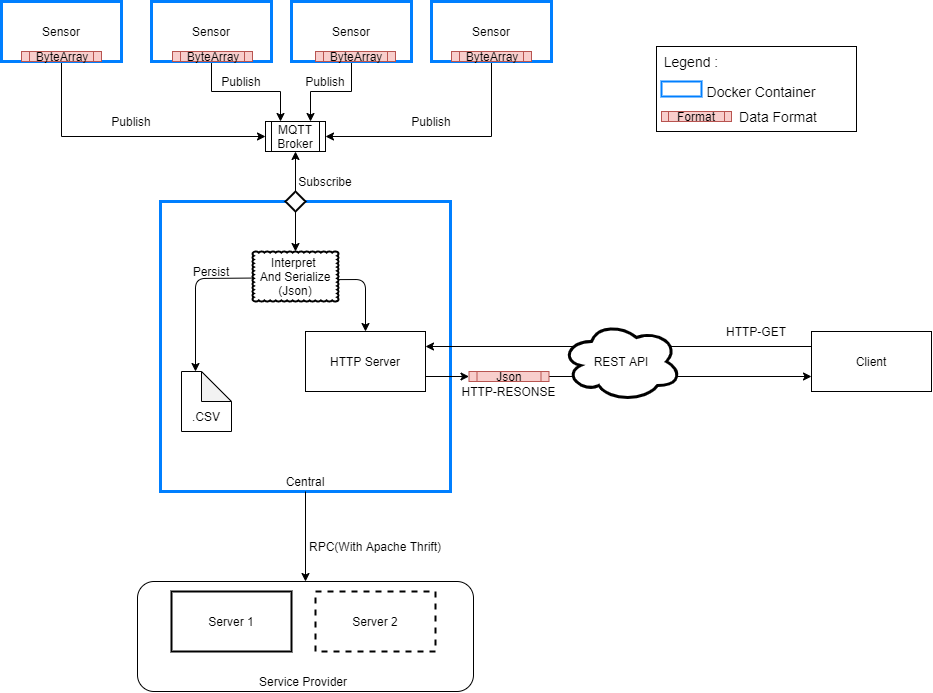
Ilyesbdlala/Distributed-Systems-Connected-Cars- keeps this draw.io diagram as VS_Praktikum_Design.png. Above is the earlier version. Source tidied: cells renumbered, new cells last; positions are measured from the earlier drawing's top-left corner, leaving out a move shared by most shapes.
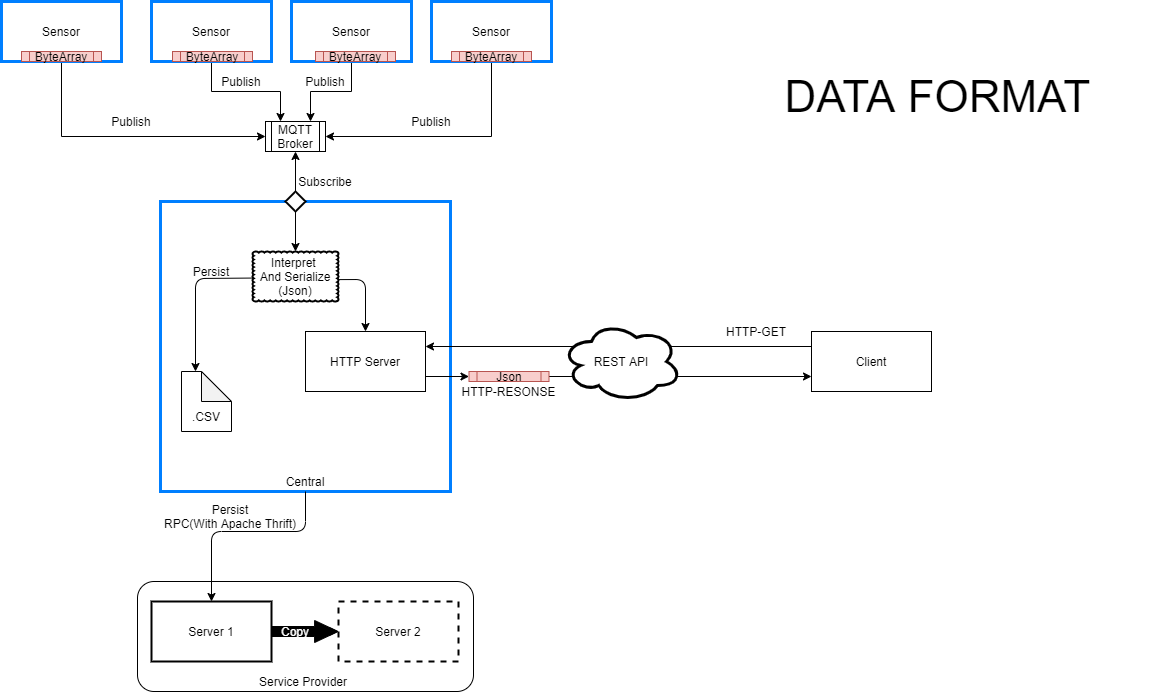
Later version of the same file.

Commit message:
Updated Design Diagram

Diff of the diagram source:
```diff
@@ -2,9 +2,6 @@
   <root>
     <mxCell id="0" />
     <mxCell id="1" parent="0" />
-    <mxCell id="2" style="rounded=0;whiteSpace=wrap;html=1;strokeWidth=1;" parent="1" vertex="1">
-      <mxGeometry x="655" y="45" width="200" height="85" as="geometry" />
-    </mxCell>
     <mxCell id="3" style="edgeStyle=orthogonalEdgeStyle;rounded=0;jettySize=auto;html=1;exitX=0.75;exitY=1;exitDx=0;exitDy=0;entryX=0;entryY=0.5;entryDx=0;entryDy=0;" parent="1" edge="1" source="4" target="14">
       <mxGeometry relative="1" as="geometry">
         <Array as="points">
@@ -70,13 +67,13 @@
       <mxGeometry x="212" y="670" width="180" height="20" as="geometry" />
     </mxCell>
     <mxCell id="21" value="Server 1" style="rounded=0;whiteSpace=wrap;html=1;strokeWidth=2;" parent="1" vertex="1">
-      <mxGeometry x="170" y="590" width="120" height="60" as="geometry" />
+      <mxGeometry x="150" y="600" width="120" height="60" as="geometry" />
     </mxCell>
     <mxCell id="22" value="Server 2" style="rounded=0;whiteSpace=wrap;html=1;dashed=1;strokeWidth=2;" parent="1" vertex="1">
-      <mxGeometry x="314" y="590" width="120" height="60" as="geometry" />
+      <mxGeometry x="337" y="600" width="120" height="60" as="geometry" />
     </mxCell>
-    <mxCell id="23" value="RPC(With Apache Thrift)" style="text;html=1;strokeColor=none;fillColor=none;align=center;verticalAlign=middle;whiteSpace=wrap;rounded=0;" parent="1" vertex="1">
-      <mxGeometry x="304" y="535" width="140" height="20" as="geometry" />
+    <mxCell id="23" value="Persist&lt;br&gt;RPC(With Apache Thrift)" style="text;html=1;strokeColor=none;fillColor=none;align=center;verticalAlign=middle;whiteSpace=wrap;rounded=0;" parent="1" vertex="1">
+      <mxGeometry x="159" y="480" width="140" height="70" as="geometry" />
     </mxCell>
     <mxCell id="24" value="Publish" style="text;html=1;strokeColor=none;fillColor=none;align=center;verticalAlign=middle;whiteSpace=wrap;rounded=0;" parent="1" vertex="1">
       <mxGeometry x="110" y="110" width="40" height="20" as="geometry" />
@@ -99,11 +96,19 @@
     <mxCell id="30" value="REST API" style="ellipse;shape=cloud;whiteSpace=wrap;html=1;strokeWidth=3;" parent="1" vertex="1">
       <mxGeometry x="560" y="320" width="120" height="80" as="geometry" />
     </mxCell>
+    <mxCell id="54" value="&lt;font style=&quot;font-size: 44px&quot;&gt;DATA FORMAT&amp;nbsp;&lt;/font&gt;" style="text;html=1;strokeColor=none;fillColor=none;align=center;verticalAlign=middle;whiteSpace=wrap;rounded=0;" parent="1" vertex="1">
+      <mxGeometry x="717" y="10" width="450" height="170" as="geometry" />
+    </mxCell>
     <mxCell id="31" style="edgeStyle=orthogonalEdgeStyle;rounded=0;orthogonalLoop=1;jettySize=auto;html=1;exitX=0.5;exitY=1;exitDx=0;exitDy=0;" parent="1" edge="1" source="23" target="23">
       <mxGeometry relative="1" as="geometry" />
     </mxCell>
-    <mxCell id="32" style="endArrow=classic;html=1;exitX=0.5;exitY=1;exitDx=0;exitDy=0;entryX=0.5;entryY=0;entryDx=0;entryDy=0;" parent="1" edge="1" source="11" target="19">
-      <mxGeometry relative="1" as="geometry" />
+    <mxCell id="32" style="endArrow=classic;html=1;exitX=0.5;exitY=1;exitDx=0;exitDy=0;entryX=0.5;entryY=0;entryDx=0;entryDy=0;" parent="1" edge="1" source="11" target="21">
+      <mxGeometry relative="1" as="geometry">
+        <Array as="points">
+          <mxPoint x="304" y="530" />
+          <mxPoint x="210" y="530" />
+        </Array>
+      </mxGeometry>
     </mxCell>
     <mxCell id="33" value="Interpret&amp;nbsp;&lt;br&gt;And Serialize (Json)" style="whiteSpace=wrap;html=1;shape=mxgraph.basic.cloud_rect;strokeColor=#000000;strokeWidth=2;" parent="1" vertex="1">
       <mxGeometry x="251" y="250" width="86" height="50" as="geometry" />
@@ -162,20 +167,14 @@
     <mxCell id="48" style="endArrow=classic;html=1;exitX=1;exitY=0.75;exitDx=0;exitDy=0;entryX=0;entryY=0.5;entryDx=0;entryDy=0;" parent="1" edge="1" source="13" target="47">
       <mxGeometry relative="1" as="geometry" />
     </mxCell>
-    <mxCell id="49" style="rounded=0;whiteSpace=wrap;html=1;strokeWidth=2;fillColor=none;strokeColor=#007FFF;" parent="1" vertex="1">
-      <mxGeometry x="660" y="80" width="40" height="15" as="geometry" />
-    </mxCell>
-    <mxCell id="50" value="&lt;font style=&quot;font-size: 14px&quot;&gt;Docker Container&lt;/font&gt;" style="text;html=1;strokeColor=none;fillColor=none;align=center;verticalAlign=middle;whiteSpace=wrap;rounded=0;" parent="1" vertex="1">
-      <mxGeometry x="700" y="80" width="120" height="20" as="geometry" />
-    </mxCell>
-    <mxCell id="51" value="&lt;font style=&quot;font-size: 14px&quot;&gt;Legend :&lt;/font&gt;" style="text;html=1;strokeColor=none;fillColor=none;align=center;verticalAlign=middle;whiteSpace=wrap;rounded=0;" parent="1" vertex="1">
-      <mxGeometry x="660" y="50" width="60" height="20" as="geometry" />
-    </mxCell>
-    <mxCell id="52" value="Format" style="shape=process;whiteSpace=wrap;html=1;backgroundOutline=1;strokeColor=#b85450;strokeWidth=1;fillColor=#f8cecc;" parent="1" vertex="1">
-      <mxGeometry x="660" y="110" width="70" height="10" as="geometry" />
-    </mxCell>
-    <mxCell id="53" value="&lt;font style=&quot;font-size: 14px&quot;&gt;Data Format&lt;/font&gt;" style="text;html=1;strokeColor=none;fillColor=none;align=center;verticalAlign=middle;whiteSpace=wrap;rounded=0;" parent="1" vertex="1">
-      <mxGeometry x="717" y="105" width="120" height="20" as="geometry" />
-    </mxCell>
+    <mxCell id="55" style="shape=flexArrow;endArrow=classic;html=1;entryX=0;entryY=0.5;entryDx=0;entryDy=0;exitX=1;exitY=0.5;exitDx=0;exitDy=0;fillColor=#000000;endWidth=11;endSize=7.47;" parent="1" edge="1" source="21" target="22">
+      <mxGeometry relative="1" as="geometry" />
+    </mxCell>
+    <mxCell id="56" style="edgeStyle=orthogonalEdgeStyle;rounded=0;jettySize=auto;html=1;fillColor=#000000;" parent="1" edge="1" source="57" target="22">
+      <mxGeometry relative="1" as="geometry" />
+    </mxCell>
+    <mxCell id="57" value="&lt;font color=&quot;#ffffff&quot;&gt;Copy&lt;/font&gt;" style="text;html=1;align=center;verticalAlign=middle;whiteSpace=wrap;rounded=0;" parent="1" vertex="1">
+      <mxGeometry x="274" y="620" width="40" height="20" as="geometry" />
+    </mxCell>
   </root>
 </mxGraphModel>
```
